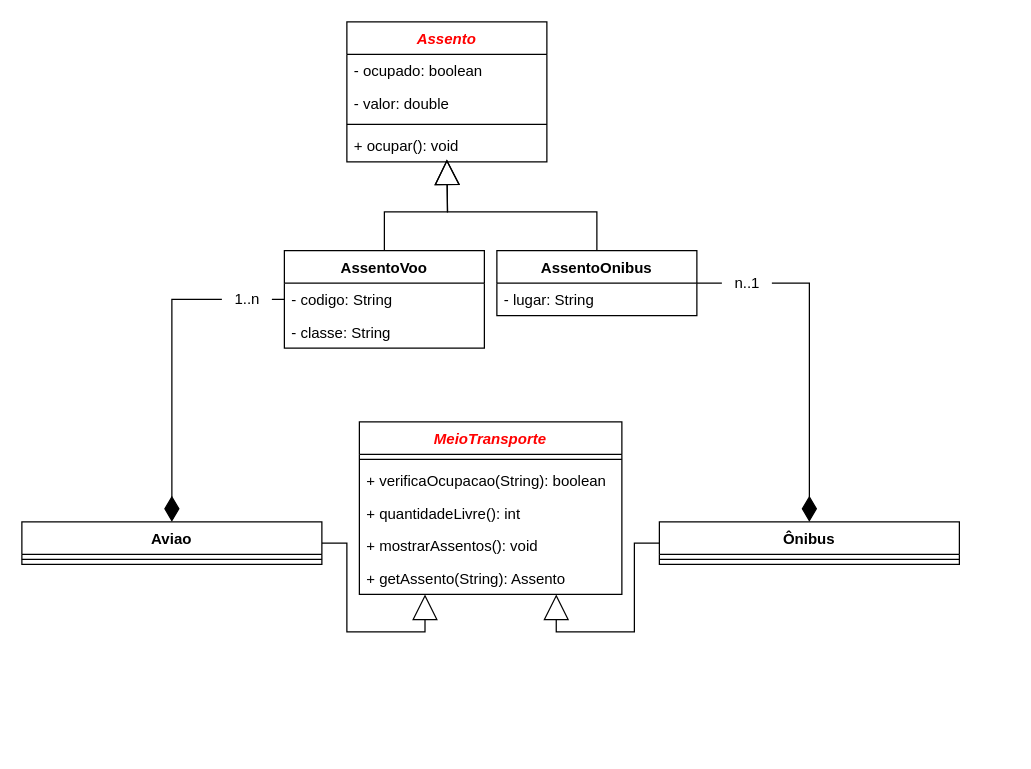
Before: page "Viagens" (4 of 8) of diagramas.drawio in hannaBanannaOF/entra21-git-inicio, a draw.io diagram. Source tidied: cells renumbered, new cells numbered last; positions are measured from the earlier drawing's top-left corner, leaving out a move shared by most shapes. Both pictures are drawn from the tidied source at 125%, with x=0, y=0 at pixel (21, 21).
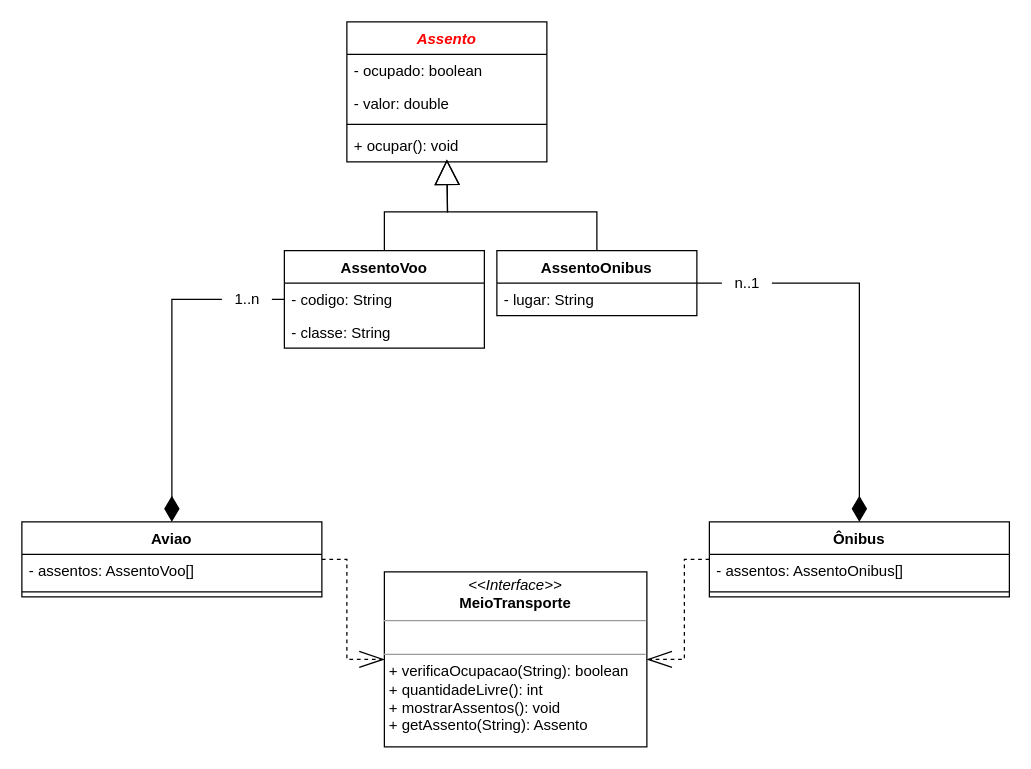
After the change.

What changed in the source:
```diff
@@
-    <mxCell id="2" style="edgeStyle=orthogonalEdgeStyle;rounded=0;jettySize=auto;html=1;exitX=1;exitY=0.5;exitDx=0;exitDy=0;entryX=0.25;entryY=1;entryDx=0;entryDy=0;fontColor=#FF0000;endArrow=block;endFill=0;endSize=18;" parent="1" edge="1" source="3" target="26">
+    <mxCell id="2" style="edgeStyle=orthogonalEdgeStyle;rounded=0;jettySize=auto;html=1;exitX=1;exitY=0.5;exitDx=0;exitDy=0;entryX=0;entryY=0.5;entryDx=0;entryDy=0;fontColor=#FF0000;endArrow=openThin;endFill=0;endSize=18;dashed=1;" parent="1" edge="1" source="3" target="34">
       <mxGeometry relative="1" as="geometry" />
     </mxCell>
     <mxCell id="3" value="Aviao" style="swimlane;fontStyle=1;align=center;verticalAlign=top;horizontal=1;startSize=26;" parent="1" vertex="1">
-      <mxGeometry y="400" width="240" height="34" as="geometry" />
+      <mxGeometry y="400" width="240" height="60" as="geometry" />
     </mxCell>
+    <mxCell id="32" value="- assentos: AssentoVoo[]" style="text;strokeColor=none;fillColor=none;align=left;verticalAlign=top;spacingLeft=4;spacingRight=4;overflow=hidden;" parent="3" vertex="1">
+      <mxGeometry y="26" width="240" height="26" as="geometry" />
+    </mxCell>
     <mxCell id="4" style="line;strokeWidth=1;fillColor=none;align=left;verticalAlign=middle;spacingTop=-1;spacingLeft=3;spacingRight=3;labelPosition=right;" parent="3" vertex="1">
-      <mxGeometry y="26" width="240" height="8" as="geometry" />
+      <mxGeometry y="52" width="240" height="8" as="geometry" />
     </mxCell>
@@
-    <mxCell id="12" style="edgeStyle=orthogonalEdgeStyle;rounded=0;jettySize=auto;html=1;exitX=0;exitY=0.5;exitDx=0;exitDy=0;entryX=0.75;entryY=1;entryDx=0;entryDy=0;fontColor=#FF0000;endArrow=block;endFill=0;endSize=18;" parent="1" edge="1" source="13" target="26">
+    <mxCell id="12" style="edgeStyle=orthogonalEdgeStyle;rounded=0;jettySize=auto;html=1;exitX=0;exitY=0.5;exitDx=0;exitDy=0;entryX=1;entryY=0.5;entryDx=0;entryDy=0;fontColor=#FF0000;endArrow=openThin;endFill=0;endSize=18;dashed=1;" parent="1" edge="1" source="13" target="34">
       <mxGeometry relative="1" as="geometry" />
     </mxCell>
     <mxCell id="13" value="Ônibus" style="swimlane;fontStyle=1;align=center;verticalAlign=top;horizontal=1;startSize=26;" parent="1" vertex="1">
-      <mxGeometry x="510" y="400" width="240" height="34" as="geometry" />
+      <mxGeometry x="550" y="400" width="240" height="60" as="geometry" />
     </mxCell>
+    <mxCell id="33" value="- assentos: AssentoOnibus[]" style="text;strokeColor=none;fillColor=none;align=left;verticalAlign=top;spacingLeft=4;spacingRight=4;overflow=hidden;" parent="13" vertex="1">
+      <mxGeometry y="26" width="240" height="26" as="geometry" />
+    </mxCell>
     <mxCell id="14" style="line;strokeWidth=1;fillColor=none;align=left;verticalAlign=middle;spacingTop=-1;spacingLeft=3;spacingRight=3;labelPosition=right;" parent="13" vertex="1">
-      <mxGeometry y="26" width="240" height="8" as="geometry" />
+      <mxGeometry y="52" width="240" height="8" as="geometry" />
     </mxCell>
@@
-    <mxCell id="26" value="MeioTransporte" style="swimlane;fontStyle=3;align=center;verticalAlign=top;horizontal=1;startSize=26;labelBackgroundColor=default;fontColor=#FF0000;" parent="1" vertex="1">
-      <mxGeometry x="270" y="320" width="210" height="138" as="geometry" />
-    </mxCell>
-    <mxCell id="27" style="line;strokeWidth=1;fillColor=none;align=left;verticalAlign=middle;spacingTop=-1;spacingLeft=3;spacingRight=3;labelPosition=right;" parent="26" vertex="1">
-      <mxGeometry y="26" width="210" height="8" as="geometry" />
-    </mxCell>
-    <mxCell id="28" value="+ verificaOcupacao(String): boolean" style="text;strokeColor=none;fillColor=none;align=left;verticalAlign=top;spacingLeft=4;spacingRight=4;overflow=hidden;" parent="26" vertex="1">
-      <mxGeometry y="34" width="210" height="26" as="geometry" />
-    </mxCell>
-    <mxCell id="29" value="+ quantidadeLivre(): int" style="text;strokeColor=none;fillColor=none;align=left;verticalAlign=top;spacingLeft=4;spacingRight=4;overflow=hidden;" parent="26" vertex="1">
-      <mxGeometry y="60" width="210" height="26" as="geometry" />
-    </mxCell>
-    <mxCell id="30" value="+ mostrarAssentos(): void" style="text;strokeColor=none;fillColor=none;align=left;verticalAlign=top;spacingLeft=4;spacingRight=4;overflow=hidden;" parent="26" vertex="1">
-      <mxGeometry y="86" width="210" height="26" as="geometry" />
-    </mxCell>
-    <mxCell id="31" value="+ getAssento(String): Assento" style="text;strokeColor=none;fillColor=none;align=left;verticalAlign=top;spacingLeft=4;spacingRight=4;overflow=hidden;" parent="26" vertex="1">
-      <mxGeometry y="112" width="210" height="26" as="geometry" />
-    </mxCell>
+    <mxCell id="34" value="&lt;p style=&quot;margin:0px;margin-top:4px;text-align:center;&quot;&gt;&lt;i&gt;&amp;lt;&amp;lt;Interface&amp;gt;&amp;gt;&lt;/i&gt;&lt;br&gt;&lt;b&gt;MeioTransporte&lt;/b&gt;&lt;/p&gt;&lt;hr size=&quot;1&quot;&gt;&lt;p style=&quot;margin:0px;margin-left:4px;&quot;&gt;&lt;br&gt;&lt;/p&gt;&lt;hr size=&quot;1&quot;&gt;&lt;p style=&quot;margin:0px;margin-left:4px;&quot;&gt;+ verificaOcupacao(String): boolean&lt;br&gt;+ quantidadeLivre(): int&lt;/p&gt;&lt;p style=&quot;margin:0px;margin-left:4px;&quot;&gt;+ mostrarAssentos(): void&lt;/p&gt;&lt;p style=&quot;margin:0px;margin-left:4px;&quot;&gt;+ getAssento(String): Assento&lt;/p&gt;" style="verticalAlign=top;align=left;overflow=fill;fontSize=12;fontFamily=Helvetica;html=1;fontColor=#000000;" parent="1" vertex="1">
+      <mxGeometry x="290" y="440" width="210" height="140" as="geometry" />
+    </mxCell>
```
